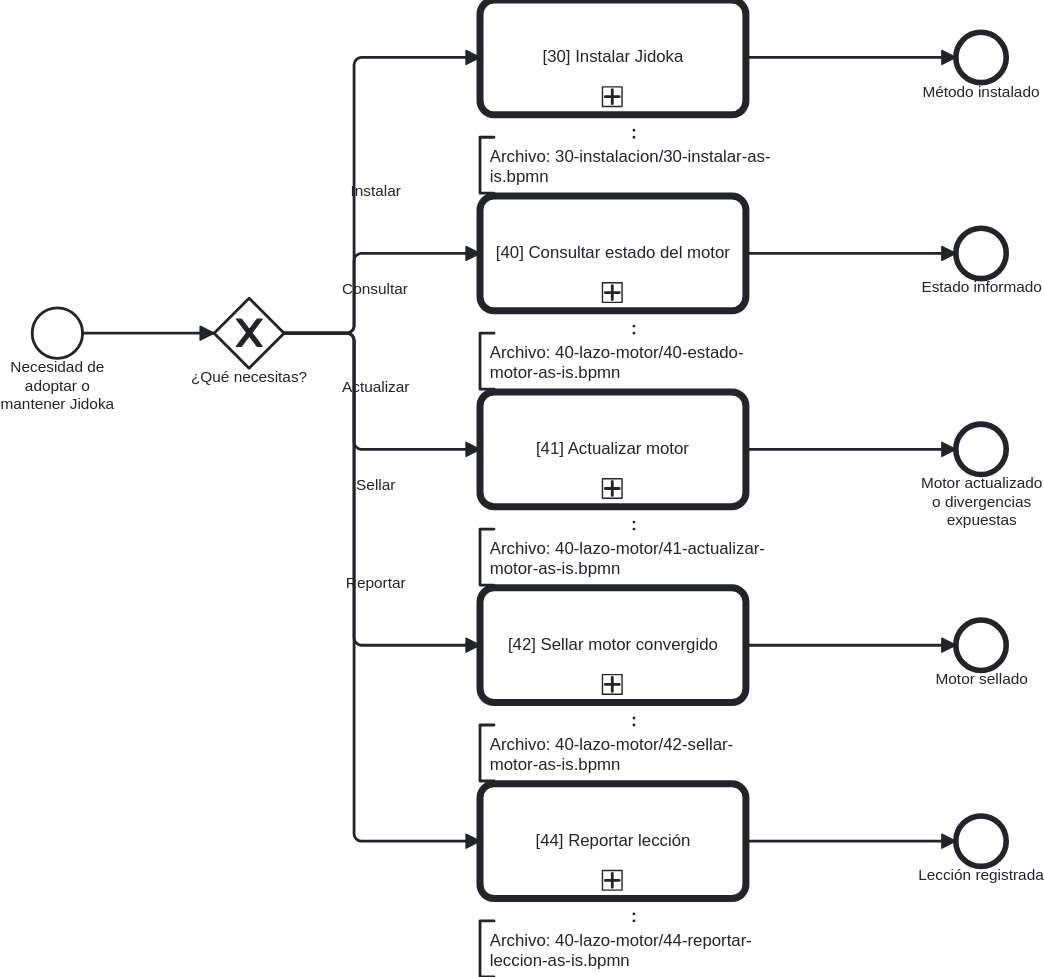
The BPMN diagram docs/atlas/render/02-instalar-mantener-metodo.svg in ArmandoMedina/jidoka, before a commit. Its source is kept beside it as docs/atlas/00-arquitectura/02-instalar-mantener-metodo.bpmn. Ids are renumbered. Source of this version:
```xml
<bpmn:definitions xmlns:bpmn="http://www.omg.org/spec/BPMN/20100524/MODEL" xmlns:bpmndi="http://www.omg.org/spec/BPMN/20100524/DI" xmlns:dc="http://www.omg.org/spec/DD/20100524/DC" xmlns:di="http://www.omg.org/spec/DD/20100524/DI" xmlns:xsi="http://www.w3.org/2001/XMLSchema-instance" id="Definitions_02_InstalarMantener" targetNamespace="https://github.com/ArmandoMedina/jidoka/process-atlas" exporter="OpenAI BPMN Atlas Generator" exporterVersion="0.2" xmlns:modeler="http://camunda.org/schema/modeler/1.0" modeler:executionPlatform="Camunda Platform" modeler:executionPlatformVersion="7.18.0">
  <bpmn:process id="Process_InstalarMantener" name="Instalar o mantener el método Jidoka" isExecutable="false">
    <bpmn:documentation>Mapa de familia. Cada rama es una necesidad distinta.</bpmn:documentation>
    <bpmn:startEvent id="Start_Nec" name="Necesidad de adoptar o mantener Jidoka">
      <bpmn:outgoing>F_Start_G</bpmn:outgoing>
    </bpmn:startEvent>
    <bpmn:exclusiveGateway id="Gateway_Nec" name="¿Qué necesitas?">
      <bpmn:outgoing>F_G_0</bpmn:outgoing>
      <bpmn:outgoing>F_G_1</bpmn:outgoing>
      <bpmn:outgoing>F_G_2</bpmn:outgoing>
      <bpmn:outgoing>F_G_3</bpmn:outgoing>
      <bpmn:outgoing>F_G_4</bpmn:outgoing>
      <bpmn:incoming>F_Start_G</bpmn:incoming>
    </bpmn:exclusiveGateway>
    <bpmn:callActivity id="Call_Instalar" name="[30] Instalar Jidoka" calledElement="Process_Instalar">
      <bpmn:documentation>Proceso externo: Process_Instalar | Archivo: 30-instalacion/30-instalar-as-is.bpmn</bpmn:documentation>
      <bpmn:incoming>F_G_0</bpmn:incoming>
      <bpmn:outgoing>F_Call_Instalar_E</bpmn:outgoing>
    </bpmn:callActivity>
    <bpmn:textAnnotation id="Annotation_Call_Instalar">
      <bpmn:text>Archivo: 30-instalacion/30-instalar-as-is.bpmn</bpmn:text>
    </bpmn:textAnnotation>
    <bpmn:association id="Association_Annotation_Call_Instalar" sourceRef="Annotation_Call_Instalar" targetRef="Call_Instalar"/>
    <bpmn:endEvent id="End_I" name="Método instalado">
      <bpmn:incoming>F_Call_Instalar_E</bpmn:incoming>
    </bpmn:endEvent>
    <bpmn:sequenceFlow id="F_G_0" sourceRef="Gateway_Nec" targetRef="Call_Instalar" name="Instalar"/>
    <bpmn:sequenceFlow id="F_Call_Instalar_E" sourceRef="Call_Instalar" targetRef="End_I"/>
    <bpmn:callActivity id="Call_Estado" name="[40] Consultar estado del motor" calledElement="Process_EstadoMotor">
      <bpmn:documentation>Proceso externo: Process_EstadoMotor | Archivo: 40-lazo-motor/40-estado-motor-as-is.bpmn</bpmn:documentation>
      <bpmn:incoming>F_G_1</bpmn:incoming>
      <bpmn:outgoing>F_Call_Estado_E</bpmn:outgoing>
    </bpmn:callActivity>
    <bpmn:textAnnotation id="Annotation_Call_Estado">
      <bpmn:text>Archivo: 40-lazo-motor/40-estado-motor-as-is.bpmn</bpmn:text>
    </bpmn:textAnnotation>
    <bpmn:association id="Association_Annotation_Call_Estado" sourceRef="Annotation_Call_Estado" targetRef="Call_Estado"/>
    <bpmn:endEvent id="End_E" name="Estado informado">
      <bpmn:incoming>F_Call_Estado_E</bpmn:incoming>
    </bpmn:endEvent>
    <bpmn:sequenceFlow id="F_G_1" sourceRef="Gateway_Nec" targetRef="Call_Estado" name="Consultar"/>
    <bpmn:sequenceFlow id="F_Call_Estado_E" sourceRef="Call_Estado" targetRef="End_E"/>
    <bpmn:callActivity id="Call_Actualizar" name="[41] Actualizar motor" calledElement="Process_ActualizarMotor">
      <bpmn:documentation>Proceso externo: Process_ActualizarMotor | Archivo: 40-lazo-motor/41-actualizar-motor-as-is.bpmn</bpmn:documentation>
      <bpmn:incoming>F_G_2</bpmn:incoming>
      <bpmn:outgoing>F_Call_Actualizar_E</bpmn:outgoing>
    </bpmn:callActivity>
    <bpmn:textAnnotation id="Annotation_Call_Actualizar">
      <bpmn:text>Archivo: 40-lazo-motor/41-actualizar-motor-as-is.bpmn</bpmn:text>
    </bpmn:textAnnotation>
    <bpmn:association id="Association_Annotation_Call_Actualizar" sourceRef="Annotation_Call_Actualizar" targetRef="Call_Actualizar"/>
    <bpmn:endEvent id="End_A" name="Motor actualizado o divergencias expuestas">
      <bpmn:incoming>F_Call_Actualizar_E</bpmn:incoming>
    </bpmn:endEvent>
    <bpmn:sequenceFlow id="F_G_2" sourceRef="Gateway_Nec" targetRef="Call_Actualizar" name="Actualizar"/>
    <bpmn:sequenceFlow id="F_Call_Actualizar_E" sourceRef="Call_Actualizar" targetRef="End_A"/>
    <bpmn:callActivity id="Call_Sellar" name="[42] Sellar motor convergido" calledElement="Process_SellarMotor">
      <bpmn:documentation>Proceso externo: Process_SellarMotor | Archivo: 40-lazo-motor/42-sellar-motor-as-is.bpmn</bpmn:documentation>
      <bpmn:incoming>F_G_3</bpmn:incoming>
      <bpmn:outgoing>F_Call_Sellar_E</bpmn:outgoing>
    </bpmn:callActivity>
    <bpmn:textAnnotation id="Annotation_Call_Sellar">
      <bpmn:text>Archivo: 40-lazo-motor/42-sellar-motor-as-is.bpmn</bpmn:text>
    </bpmn:textAnnotation>
    <bpmn:association id="Association_Annotation_Call_Sellar" sourceRef="Annotation_Call_Sellar" targetRef="Call_Sellar"/>
    <bpmn:endEvent id="End_S" name="Motor sellado">
      <bpmn:incoming>F_Call_Sellar_E</bpmn:incoming>
    </bpmn:endEvent>
    <bpmn:sequenceFlow id="F_G_3" sourceRef="Gateway_Nec" targetRef="Call_Sellar" name="Sellar"/>
    <bpmn:sequenceFlow id="F_Call_Sellar_E" sourceRef="Call_Sellar" targetRef="End_S"/>
    <bpmn:callActivity id="Call_Leccion" name="[44] Reportar lección" calledElement="Process_ReportarLeccion">
      <bpmn:documentation>Proceso externo: Process_ReportarLeccion | Archivo: 40-lazo-motor/44-reportar-leccion-as-is.bpmn</bpmn:documentation>
      <bpmn:incoming>F_G_4</bpmn:incoming>
      <bpmn:outgoing>F_Call_Leccion_E</bpmn:outgoing>
    </bpmn:callActivity>
    <bpmn:textAnnotation id="Annotation_Call_Leccion">
      <bpmn:text>Archivo: 40-lazo-motor/44-reportar-leccion-as-is.bpmn</bpmn:text>
    </bpmn:textAnnotation>
    <bpmn:association id="Association_Annotation_Call_Leccion" sourceRef="Annotation_Call_Leccion" targetRef="Call_Leccion"/>
    <bpmn:endEvent id="End_L" name="Lección registrada">
      <bpmn:incoming>F_Call_Leccion_E</bpmn:incoming>
    </bpmn:endEvent>
    <bpmn:sequenceFlow id="F_G_4" sourceRef="Gateway_Nec" targetRef="Call_Leccion" name="Reportar"/>
    <bpmn:sequenceFlow id="F_Call_Leccion_E" sourceRef="Call_Leccion" targetRef="End_L"/>
    <bpmn:sequenceFlow id="F_Start_G" sourceRef="Start_Nec" targetRef="Gateway_Nec"/>
  </bpmn:process>
  <bpmndi:BPMNDiagram id="Diagram_02_InstalarMantener">
    <bpmndi:BPMNPlane id="Plane_Diagram_02_InstalarMantener" bpmnElement="Process_InstalarMantener">
      <bpmndi:BPMNShape id="Shape_Start_Nec" bpmnElement="Start_Nec">
        <dc:Bounds x="100" y="300" width="36" height="36"/>
      </bpmndi:BPMNShape>
      <bpmndi:BPMNShape id="Shape_Gateway_Nec" bpmnElement="Gateway_Nec" isMarkerVisible="true">
        <dc:Bounds x="230" y="293" width="50" height="50"/>
      </bpmndi:BPMNShape>
      <bpmndi:BPMNShape id="Shape_Call_Instalar" bpmnElement="Call_Instalar">
        <dc:Bounds x="420" y="80" width="190" height="82"/>
      </bpmndi:BPMNShape>
      <bpmndi:BPMNShape id="Shape_Annotation_Call_Instalar" bpmnElement="Annotation_Call_Instalar">
        <dc:Bounds x="420" y="178" width="220" height="40"/>
      </bpmndi:BPMNShape>
      <bpmndi:BPMNEdge id="Edge_Association_Annotation_Call_Instalar" bpmnElement="Association_Annotation_Call_Instalar">
        <di:waypoint x="530.0" y="178"/>
        <di:waypoint x="530.0" y="168"/>
      </bpmndi:BPMNEdge>
      <bpmndi:BPMNShape id="Shape_End_I" bpmnElement="End_I">
        <dc:Bounds x="760" y="103" width="36" height="36"/>
      </bpmndi:BPMNShape>
      <bpmndi:BPMNEdge id="Edge_F_G_0" bpmnElement="F_G_0">
        <di:waypoint x="280" y="318"/>
        <di:waypoint x="330" y="318"/>
        <di:waypoint x="330" y="121"/>
        <di:waypoint x="420" y="121"/>
      </bpmndi:BPMNEdge>
      <bpmndi:BPMNEdge id="Edge_F_Call_Instalar_E" bpmnElement="F_Call_Instalar_E">
        <di:waypoint x="610" y="121"/>
        <di:waypoint x="760" y="121"/>
      </bpmndi:BPMNEdge>
      <bpmndi:BPMNShape id="Shape_Call_Estado" bpmnElement="Call_Estado">
        <dc:Bounds x="420" y="220" width="190" height="82"/>
      </bpmndi:BPMNShape>
      <bpmndi:BPMNShape id="Shape_Annotation_Call_Estado" bpmnElement="Annotation_Call_Estado">
        <dc:Bounds x="420" y="318" width="220" height="40"/>
      </bpmndi:BPMNShape>
      <bpmndi:BPMNEdge id="Edge_Association_Annotation_Call_Estado" bpmnElement="Association_Annotation_Call_Estado">
        <di:waypoint x="530.0" y="318"/>
        <di:waypoint x="530.0" y="308"/>
      </bpmndi:BPMNEdge>
      <bpmndi:BPMNShape id="Shape_End_E" bpmnElement="End_E">
        <dc:Bounds x="760" y="243" width="36" height="36"/>
      </bpmndi:BPMNShape>
      <bpmndi:BPMNEdge id="Edge_F_G_1" bpmnElement="F_G_1">
        <di:waypoint x="280" y="318"/>
        <di:waypoint x="330" y="318"/>
        <di:waypoint x="330" y="261"/>
        <di:waypoint x="420" y="261"/>
      </bpmndi:BPMNEdge>
      <bpmndi:BPMNEdge id="Edge_F_Call_Estado_E" bpmnElement="F_Call_Estado_E">
        <di:waypoint x="610" y="261"/>
        <di:waypoint x="760" y="261"/>
      </bpmndi:BPMNEdge>
      <bpmndi:BPMNShape id="Shape_Call_Actualizar" bpmnElement="Call_Actualizar">
        <dc:Bounds x="420" y="360" width="190" height="82"/>
      </bpmndi:BPMNShape>
      <bpmndi:BPMNShape id="Shape_Annotation_Call_Actualizar" bpmnElement="Annotation_Call_Actualizar">
        <dc:Bounds x="420" y="458" width="220" height="40"/>
      </bpmndi:BPMNShape>
      <bpmndi:BPMNEdge id="Edge_Association_Annotation_Call_Actualizar" bpmnElement="Association_Annotation_Call_Actualizar">
        <di:waypoint x="530.0" y="458"/>
        <di:waypoint x="530.0" y="448"/>
      </bpmndi:BPMNEdge>
      <bpmndi:BPMNShape id="Shape_End_A" bpmnElement="End_A">
        <dc:Bounds x="760" y="383" width="36" height="36"/>
      </bpmndi:BPMNShape>
      <bpmndi:BPMNEdge id="Edge_F_G_2" bpmnElement="F_G_2">
        <di:waypoint x="280" y="318"/>
        <di:waypoint x="330" y="318"/>
        <di:waypoint x="330" y="401"/>
        <di:waypoint x="420" y="401"/>
      </bpmndi:BPMNEdge>
      <bpmndi:BPMNEdge id="Edge_F_Call_Actualizar_E" bpmnElement="F_Call_Actualizar_E">
        <di:waypoint x="610" y="401"/>
        <di:waypoint x="760" y="401"/>
      </bpmndi:BPMNEdge>
      <bpmndi:BPMNShape id="Shape_Call_Sellar" bpmnElement="Call_Sellar">
        <dc:Bounds x="420" y="500" width="190" height="82"/>
      </bpmndi:BPMNShape>
      <bpmndi:BPMNShape id="Shape_Annotation_Call_Sellar" bpmnElement="Annotation_Call_Sellar">
        <dc:Bounds x="420" y="598" width="220" height="40"/>
      </bpmndi:BPMNShape>
      <bpmndi:BPMNEdge id="Edge_Association_Annotation_Call_Sellar" bpmnElement="Association_Annotation_Call_Sellar">
        <di:waypoint x="530.0" y="598"/>
        <di:waypoint x="530.0" y="588"/>
      </bpmndi:BPMNEdge>
      <bpmndi:BPMNShape id="Shape_End_S" bpmnElement="End_S">
        <dc:Bounds x="760" y="523" width="36" height="36"/>
      </bpmndi:BPMNShape>
      <bpmndi:BPMNEdge id="Edge_F_G_3" bpmnElement="F_G_3">
        <di:waypoint x="280" y="318"/>
        <di:waypoint x="330" y="318"/>
        <di:waypoint x="330" y="541"/>
        <di:waypoint x="420" y="541"/>
      </bpmndi:BPMNEdge>
      <bpmndi:BPMNEdge id="Edge_F_Call_Sellar_E" bpmnElement="F_Call_Sellar_E">
        <di:waypoint x="610" y="541"/>
        <di:waypoint x="760" y="541"/>
      </bpmndi:BPMNEdge>
      <bpmndi:BPMNShape id="Shape_Call_Leccion" bpmnElement="Call_Leccion">
        <dc:Bounds x="420" y="640" width="190" height="82"/>
      </bpmndi:BPMNShape>
      <bpmndi:BPMNShape id="Shape_Annotation_Call_Leccion" bpmnElement="Annotation_Call_Leccion">
        <dc:Bounds x="420" y="738" width="220" height="40"/>
      </bpmndi:BPMNShape>
      <bpmndi:BPMNEdge id="Edge_Association_Annotation_Call_Leccion" bpmnElement="Association_Annotation_Call_Leccion">
        <di:waypoint x="530.0" y="738"/>
        <di:waypoint x="530.0" y="728"/>
      </bpmndi:BPMNEdge>
      <bpmndi:BPMNShape id="Shape_End_L" bpmnElement="End_L">
        <dc:Bounds x="760" y="663" width="36" height="36"/>
      </bpmndi:BPMNShape>
      <bpmndi:BPMNEdge id="Edge_F_G_4" bpmnElement="F_G_4">
        <di:waypoint x="280" y="318"/>
        <di:waypoint x="330" y="318"/>
        <di:waypoint x="330" y="681"/>
        <di:waypoint x="420" y="681"/>
      </bpmndi:BPMNEdge>
      <bpmndi:BPMNEdge id="Edge_F_Call_Leccion_E" bpmnElement="F_Call_Leccion_E">
        <di:waypoint x="610" y="681"/>
        <di:waypoint x="760" y="681"/>
      </bpmndi:BPMNEdge>
      <bpmndi:BPMNEdge id="Edge_F_Start_G" bpmnElement="F_Start_G">
        <di:waypoint x="136" y="318"/>
        <di:waypoint x="230" y="318"/>
      </bpmndi:BPMNEdge>
    </bpmndi:BPMNPlane>
  </bpmndi:BPMNDiagram>
</bpmn:definitions>
```
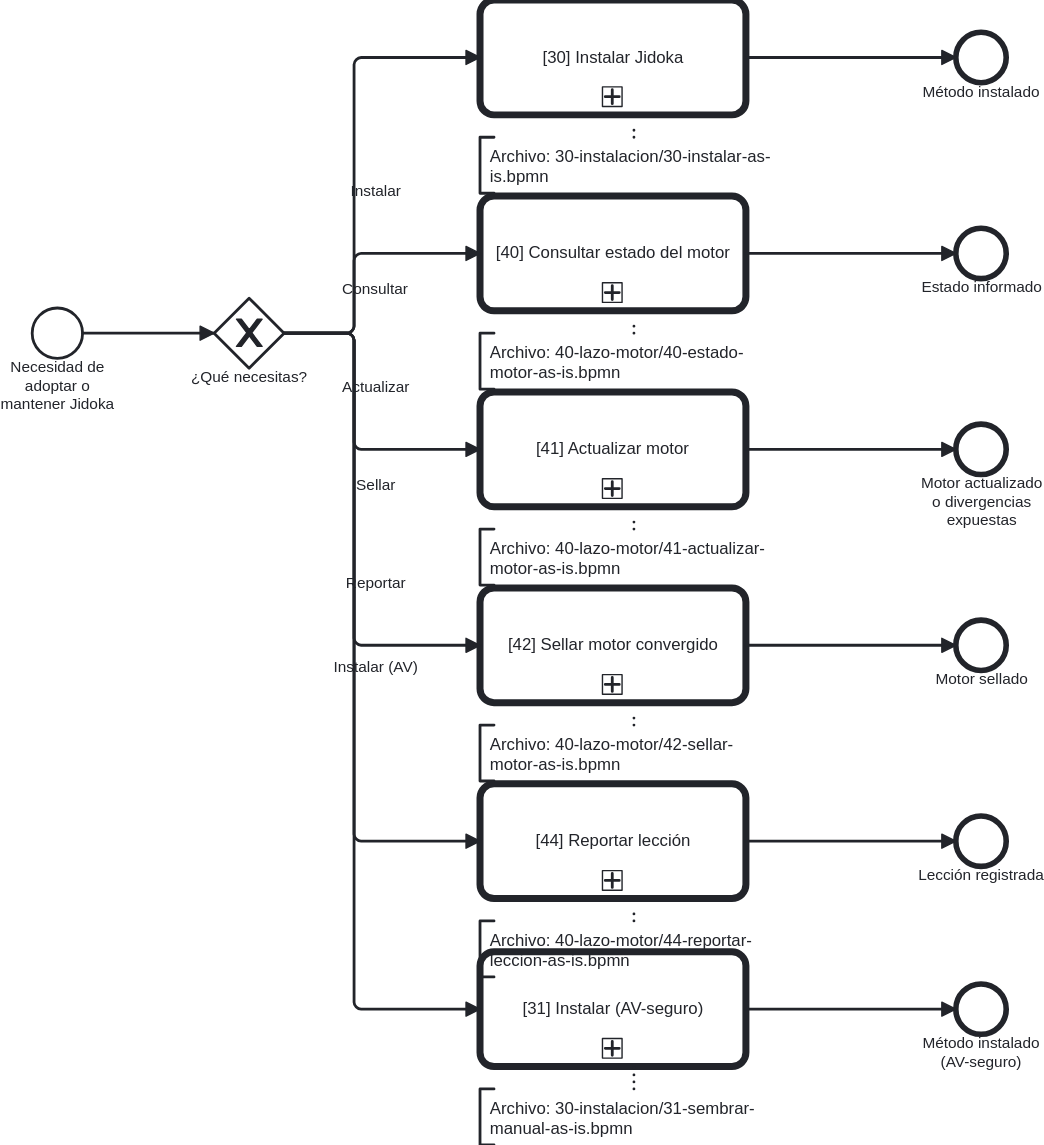
After the change.

Commit message:
docs(atlas): R2 atlas-fiel -- dibuja la ruta AV-segura (sembrar-manual.ps1)

The edit, as a diff of the source:
```diff
@@ -10,6 +10,7 @@
       <bpmn:outgoing>F_G_2</bpmn:outgoing>
       <bpmn:outgoing>F_G_3</bpmn:outgoing>
       <bpmn:outgoing>F_G_4</bpmn:outgoing>
+      <bpmn:outgoing>F_G_5</bpmn:outgoing>
       <bpmn:incoming>F_Start_G</bpmn:incoming>
     </bpmn:exclusiveGateway>
     <bpmn:callActivity id="Call_Instalar" name="[30] Instalar Jidoka" calledElement="Process_Instalar">
@@ -82,6 +83,20 @@
     </bpmn:endEvent>
     <bpmn:sequenceFlow id="F_G_4" sourceRef="Gateway_Nec" targetRef="Call_Leccion" name="Reportar"/>
     <bpmn:sequenceFlow id="F_Call_Leccion_E" sourceRef="Call_Leccion" targetRef="End_L"/>
+    <bpmn:callActivity id="Call_Sembrar" name="[31] Instalar (AV-seguro)" calledElement="Process_Sembrar">
+      <bpmn:documentation>Proceso externo: Process_Sembrar | Archivo: 30-instalacion/31-sembrar-manual-as-is.bpmn. La ruta AV-segura de instalar, cuando el AV pone instalar.ps1 en cuarentena (ADR 0027).</bpmn:documentation>
+      <bpmn:incoming>F_G_5</bpmn:incoming>
+      <bpmn:outgoing>F_Call_Sembrar_E</bpmn:outgoing>
+    </bpmn:callActivity>
+    <bpmn:textAnnotation id="Annotation_Call_Sembrar">
+      <bpmn:text>Archivo: 30-instalacion/31-sembrar-manual-as-is.bpmn</bpmn:text>
+    </bpmn:textAnnotation>
+    <bpmn:association id="Association_Annotation_Call_Sembrar" sourceRef="Annotation_Call_Sembrar" targetRef="Call_Sembrar"/>
+    <bpmn:endEvent id="End_Sem" name="Método instalado (AV-seguro)">
+      <bpmn:incoming>F_Call_Sembrar_E</bpmn:incoming>
+    </bpmn:endEvent>
+    <bpmn:sequenceFlow id="F_G_5" sourceRef="Gateway_Nec" targetRef="Call_Sembrar" name="Instalar (AV)"/>
+    <bpmn:sequenceFlow id="F_Call_Sembrar_E" sourceRef="Call_Sembrar" targetRef="End_Sem"/>
     <bpmn:sequenceFlow id="F_Start_G" sourceRef="Start_Nec" targetRef="Gateway_Nec"/>
   </bpmn:process>
   <bpmndi:BPMNDiagram id="Diagram_02_InstalarMantener">
@@ -207,6 +222,29 @@
         <di:waypoint x="610" y="681"/>
         <di:waypoint x="760" y="681"/>
       </bpmndi:BPMNEdge>
+      <bpmndi:BPMNShape id="Shape_Call_Sembrar" bpmnElement="Call_Sembrar">
+        <dc:Bounds x="420" y="760" width="190" height="82"/>
+      </bpmndi:BPMNShape>
+      <bpmndi:BPMNShape id="Shape_Annotation_Call_Sembrar" bpmnElement="Annotation_Call_Sembrar">
+        <dc:Bounds x="420" y="858" width="220" height="40"/>
+      </bpmndi:BPMNShape>
+      <bpmndi:BPMNEdge id="Edge_Association_Annotation_Call_Sembrar" bpmnElement="Association_Annotation_Call_Sembrar">
+        <di:waypoint x="530.0" y="858"/>
+        <di:waypoint x="530.0" y="842"/>
+      </bpmndi:BPMNEdge>
+      <bpmndi:BPMNShape id="Shape_End_Sem" bpmnElement="End_Sem">
+        <dc:Bounds x="760" y="783" width="36" height="36"/>
+      </bpmndi:BPMNShape>
+      <bpmndi:BPMNEdge id="Edge_F_G_5" bpmnElement="F_G_5">
+        <di:waypoint x="280" y="318"/>
+        <di:waypoint x="330" y="318"/>
+        <di:waypoint x="330" y="801"/>
+        <di:waypoint x="420" y="801"/>
+      </bpmndi:BPMNEdge>
+      <bpmndi:BPMNEdge id="Edge_F_Call_Sembrar_E" bpmnElement="F_Call_Sembrar_E">
+        <di:waypoint x="610" y="801"/>
+        <di:waypoint x="760" y="801"/>
+      </bpmndi:BPMNEdge>
       <bpmndi:BPMNEdge id="Edge_F_Start_G" bpmnElement="F_Start_G">
         <di:waypoint x="136" y="318"/>
         <di:waypoint x="230" y="318"/>
```
